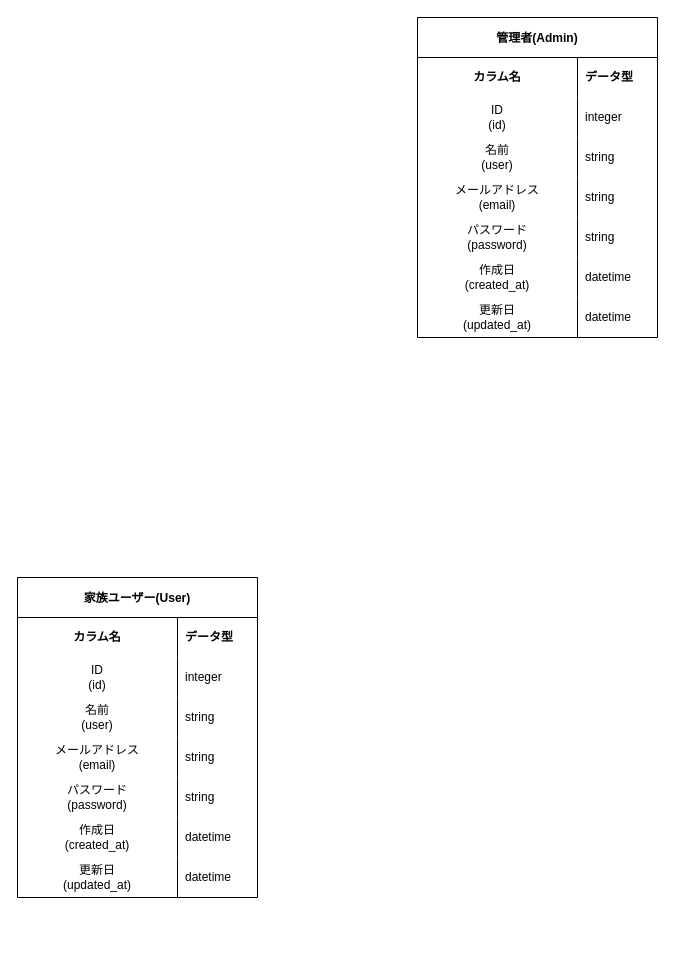
This is coyell.drawio from piroriki/coyell_port, a draw.io file, before an edit. Source tidied: cells renumbered, new cells numbered last; positions are measured from the earlier drawing's top-left corner, leaving out a move shared by most shapes. Both pictures are drawn from the tidied source at 100%, with x=0, y=0 at pixel (17, 17).
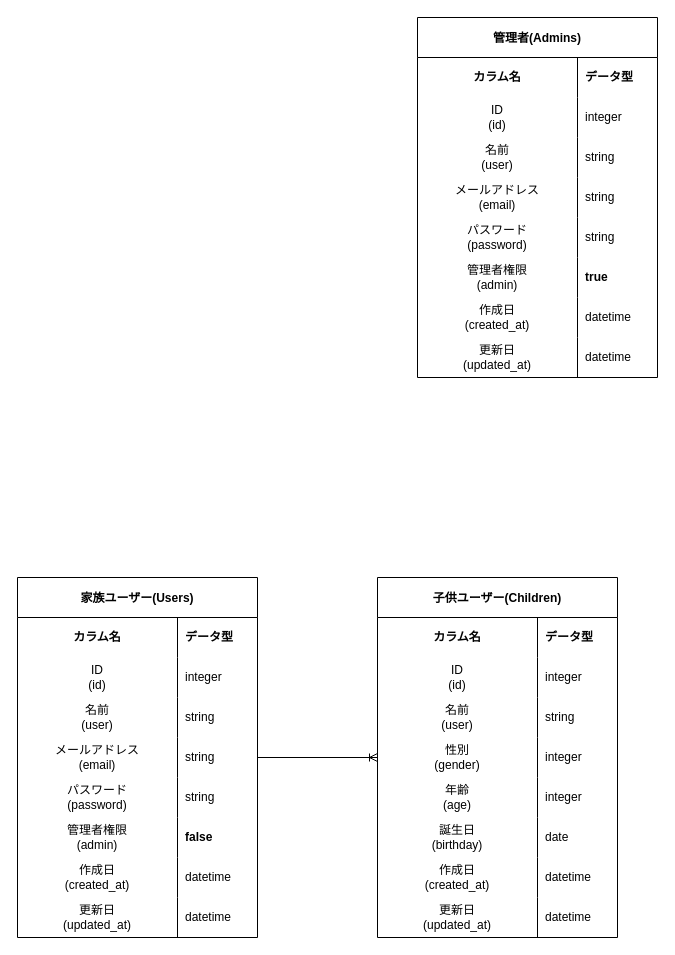
Above is the later version.

Commit message:
childrenモデルをER図に追加

The change refers to these unchanged cells:
```xml
<mxCell id="12" style="shape=tableRow;horizontal=0;startSize=0;swimlaneHead=0;swimlaneBody=0;top=0;left=0;bottom=0;right=0;fillColor=none;points=[[0,0.5],[1,0.5]];portConstraint=eastwest;" parent="2" vertex="1">
  <mxGeometry y="160" width="240" height="40" as="geometry" />
</mxCell>
```

Diff of the diagram source:
```diff
@@
-    <mxCell id="2" value="家族ユーザー(User)" style="shape=table;startSize=40;childLayout=tableLayout;rowLines=0;fontStyle=1;" parent="1" vertex="1">
-      <mxGeometry y="560" width="240" height="320" as="geometry" />
+    <mxCell id="2" value="家族ユーザー(Users)" style="shape=table;startSize=40;childLayout=tableLayout;rowLines=0;fontStyle=1;" parent="1" vertex="1">
+      <mxGeometry y="560" width="240" height="360" as="geometry" />
     </mxCell>
@@
+    <mxCell id="46" style="shape=tableRow;horizontal=0;startSize=0;swimlaneHead=0;swimlaneBody=0;top=0;left=0;bottom=0;right=0;fillColor=none;" parent="2" vertex="1">
+      <mxGeometry y="240" width="240" height="40" as="geometry" />
+    </mxCell>
+    <mxCell id="47" value="管理者権限&lt;br&gt;(admin)" style="shape=partialRectangle;html=1;whiteSpace=wrap;fillColor=none;top=0;left=0;bottom=0;right=0;overflow=hidden;" parent="46" vertex="1">
+      <mxGeometry width="160" height="40" as="geometry" />
+    </mxCell>
+    <mxCell id="48" value="&lt;b&gt;false&lt;/b&gt;" style="shape=partialRectangle;html=1;whiteSpace=wrap;fillColor=none;top=0;left=0;bottom=0;right=0;align=left;spacingLeft=6;overflow=hidden;" parent="46" vertex="1">
+      <mxGeometry x="160" width="80" height="40" as="geometry" />
+    </mxCell>
     <mxCell id="18" style="shape=tableRow;horizontal=0;startSize=0;swimlaneHead=0;swimlaneBody=0;top=0;left=0;bottom=0;right=0;fillColor=none;" parent="2" vertex="1">
-      <mxGeometry y="240" width="240" height="40" as="geometry" />
+      <mxGeometry y="280" width="240" height="40" as="geometry" />
     </mxCell>
@@
     <mxCell id="21" style="shape=tableRow;horizontal=0;startSize=0;swimlaneHead=0;swimlaneBody=0;top=0;left=0;bottom=0;right=0;fillColor=none;" parent="2" vertex="1">
-      <mxGeometry y="280" width="240" height="40" as="geometry" />
+      <mxGeometry y="320" width="240" height="40" as="geometry" />
     </mxCell>
@@
-    <mxCell id="24" value="管理者(Admin)" style="shape=table;startSize=40;childLayout=tableLayout;rowLines=0;fontStyle=1;" parent="1" vertex="1">
-      <mxGeometry x="400" width="240" height="320" as="geometry" />
+    <mxCell id="24" value="管理者(Admins)" style="shape=table;startSize=40;childLayout=tableLayout;rowLines=0;fontStyle=1;" parent="1" vertex="1">
+      <mxGeometry x="400" width="240" height="360" as="geometry" />
     </mxCell>
@@
+    <mxCell id="49" style="shape=tableRow;horizontal=0;startSize=0;swimlaneHead=0;swimlaneBody=0;top=0;left=0;bottom=0;right=0;fillColor=none;" parent="24" vertex="1">
+      <mxGeometry y="240" width="240" height="40" as="geometry" />
+    </mxCell>
+    <mxCell id="50" value="管理者権限&lt;br&gt;(admin)" style="shape=partialRectangle;html=1;whiteSpace=wrap;fillColor=none;top=0;left=0;bottom=0;right=0;overflow=hidden;" parent="49" vertex="1">
+      <mxGeometry width="160" height="40" as="geometry" />
+    </mxCell>
+    <mxCell id="51" value="&lt;b&gt;true&lt;/b&gt;" style="shape=partialRectangle;html=1;whiteSpace=wrap;fillColor=none;top=0;left=0;bottom=0;right=0;align=left;spacingLeft=6;overflow=hidden;" parent="49" vertex="1">
+      <mxGeometry x="160" width="80" height="40" as="geometry" />
+    </mxCell>
     <mxCell id="40" style="shape=tableRow;horizontal=0;startSize=0;swimlaneHead=0;swimlaneBody=0;top=0;left=0;bottom=0;right=0;fillColor=none;" parent="24" vertex="1">
-      <mxGeometry y="240" width="240" height="40" as="geometry" />
+      <mxGeometry y="280" width="240" height="40" as="geometry" />
     </mxCell>
@@
     <mxCell id="43" style="shape=tableRow;horizontal=0;startSize=0;swimlaneHead=0;swimlaneBody=0;top=0;left=0;bottom=0;right=0;fillColor=none;" parent="24" vertex="1">
-      <mxGeometry y="280" width="240" height="40" as="geometry" />
+      <mxGeometry y="320" width="240" height="40" as="geometry" />
     </mxCell>
@@
+    <mxCell id="52" value="子供ユーザー(Children)" style="shape=table;startSize=40;childLayout=tableLayout;rowLines=0;fontStyle=1;" parent="1" vertex="1">
+      <mxGeometry x="360" y="560" width="240" height="360" as="geometry" />
+    </mxCell>
+    <mxCell id="53" style="shape=tableRow;horizontal=0;startSize=0;swimlaneHead=0;swimlaneBody=0;top=0;left=0;bottom=0;right=0;fillColor=none;" parent="52" vertex="1">
+      <mxGeometry y="40" width="240" height="40" as="geometry" />
+    </mxCell>
+    <mxCell id="54" value="&lt;b&gt;カラム名&lt;/b&gt;" style="shape=partialRectangle;html=1;whiteSpace=wrap;fillColor=none;top=0;left=0;bottom=0;right=0;overflow=hidden;" parent="53" vertex="1">
+      <mxGeometry width="160" height="40" as="geometry" />
+    </mxCell>
+    <mxCell id="55" value="&lt;b&gt;データ型&lt;/b&gt;" style="shape=partialRectangle;html=1;whiteSpace=wrap;fillColor=none;top=0;left=0;bottom=0;right=0;align=left;spacingLeft=6;overflow=hidden;" parent="53" vertex="1">
+      <mxGeometry x="160" width="80" height="40" as="geometry" />
+    </mxCell>
+    <mxCell id="56" style="shape=tableRow;horizontal=0;startSize=0;swimlaneHead=0;swimlaneBody=0;top=0;left=0;bottom=0;right=0;fillColor=none;" parent="52" vertex="1">
+      <mxGeometry y="80" width="240" height="40" as="geometry" />
+    </mxCell>
+    <mxCell id="57" value="ID&lt;br&gt;(id)" style="shape=partialRectangle;html=1;whiteSpace=wrap;fillColor=none;top=0;left=0;bottom=0;right=0;overflow=hidden;" parent="56" vertex="1">
+      <mxGeometry width="160" height="40" as="geometry" />
+    </mxCell>
+    <mxCell id="58" value="integer" style="shape=partialRectangle;html=1;whiteSpace=wrap;fillColor=none;top=0;left=0;bottom=0;right=0;align=left;spacingLeft=6;overflow=hidden;" parent="56" vertex="1">
+      <mxGeometry x="160" width="80" height="40" as="geometry" />
+    </mxCell>
+    <mxCell id="59" style="shape=tableRow;horizontal=0;startSize=0;swimlaneHead=0;swimlaneBody=0;top=0;left=0;bottom=0;right=0;fillColor=none;" parent="52" vertex="1">
+      <mxGeometry y="120" width="240" height="40" as="geometry" />
+    </mxCell>
+    <mxCell id="60" value="名前&lt;br&gt;(user)" style="shape=partialRectangle;html=1;whiteSpace=wrap;fillColor=none;top=0;left=0;bottom=0;right=0;overflow=hidden;" parent="59" vertex="1">
+      <mxGeometry width="160" height="40" as="geometry" />
+    </mxCell>
+    <mxCell id="61" value="string" style="shape=partialRectangle;html=1;whiteSpace=wrap;fillColor=none;top=0;left=0;bottom=0;right=0;align=left;spacingLeft=6;overflow=hidden;" parent="59" vertex="1">
+      <mxGeometry x="160" width="80" height="40" as="geometry" />
+    </mxCell>
+    <mxCell id="62" style="shape=tableRow;horizontal=0;startSize=0;swimlaneHead=0;swimlaneBody=0;top=0;left=0;bottom=0;right=0;fillColor=none;points=[[0,0.5],[1,0.5]];portConstraint=eastwest;" parent="52" vertex="1">
+      <mxGeometry y="160" width="240" height="40" as="geometry" />
+    </mxCell>
+    <mxCell id="63" value="性別&lt;br&gt;(gender)" style="shape=partialRectangle;html=1;whiteSpace=wrap;fillColor=none;top=0;left=0;bottom=0;right=0;overflow=hidden;" parent="62" vertex="1">
+      <mxGeometry width="160" height="40" as="geometry" />
+    </mxCell>
+    <mxCell id="64" value="integer" style="shape=partialRectangle;html=1;whiteSpace=wrap;fillColor=none;top=0;left=0;bottom=0;right=0;align=left;spacingLeft=6;overflow=hidden;" parent="62" vertex="1">
+      <mxGeometry x="160" width="80" height="40" as="geometry" />
+    </mxCell>
+    <mxCell id="65" style="shape=tableRow;horizontal=0;startSize=0;swimlaneHead=0;swimlaneBody=0;top=0;left=0;bottom=0;right=0;fillColor=none;" parent="52" vertex="1">
+      <mxGeometry y="200" width="240" height="40" as="geometry" />
+    </mxCell>
+    <mxCell id="66" value="年齢&lt;br&gt;(age)" style="shape=partialRectangle;html=1;whiteSpace=wrap;fillColor=none;top=0;left=0;bottom=0;right=0;overflow=hidden;" parent="65" vertex="1">
+      <mxGeometry width="160" height="40" as="geometry" />
+    </mxCell>
+    <mxCell id="67" value="integer" style="shape=partialRectangle;html=1;whiteSpace=wrap;fillColor=none;top=0;left=0;bottom=0;right=0;align=left;spacingLeft=6;overflow=hidden;" parent="65" vertex="1">
+      <mxGeometry x="160" width="80" height="40" as="geometry" />
+    </mxCell>
+    <mxCell id="68" style="shape=tableRow;horizontal=0;startSize=0;swimlaneHead=0;swimlaneBody=0;top=0;left=0;bottom=0;right=0;fillColor=none;" parent="52" vertex="1">
+      <mxGeometry y="240" width="240" height="40" as="geometry" />
+    </mxCell>
+    <mxCell id="69" value="誕生日&lt;br&gt;(birthday)" style="shape=partialRectangle;html=1;whiteSpace=wrap;fillColor=none;top=0;left=0;bottom=0;right=0;overflow=hidden;" parent="68" vertex="1">
+      <mxGeometry width="160" height="40" as="geometry" />
+    </mxCell>
+    <mxCell id="70" value="date" style="shape=partialRectangle;html=1;whiteSpace=wrap;fillColor=none;top=0;left=0;bottom=0;right=0;align=left;spacingLeft=6;overflow=hidden;" parent="68" vertex="1">
+      <mxGeometry x="160" width="80" height="40" as="geometry" />
+    </mxCell>
+    <mxCell id="71" style="shape=tableRow;horizontal=0;startSize=0;swimlaneHead=0;swimlaneBody=0;top=0;left=0;bottom=0;right=0;fillColor=none;" parent="52" vertex="1">
+      <mxGeometry y="280" width="240" height="40" as="geometry" />
+    </mxCell>
+    <mxCell id="72" value="作成日&lt;br&gt;(created_at)" style="shape=partialRectangle;html=1;whiteSpace=wrap;fillColor=none;top=0;left=0;bottom=0;right=0;overflow=hidden;" parent="71" vertex="1">
+      <mxGeometry width="160" height="40" as="geometry" />
+    </mxCell>
+    <mxCell id="73" value="datetime" style="shape=partialRectangle;html=1;whiteSpace=wrap;fillColor=none;top=0;left=0;bottom=0;right=0;align=left;spacingLeft=6;overflow=hidden;" parent="71" vertex="1">
+      <mxGeometry x="160" width="80" height="40" as="geometry" />
+    </mxCell>
+    <mxCell id="74" style="shape=tableRow;horizontal=0;startSize=0;swimlaneHead=0;swimlaneBody=0;top=0;left=0;bottom=0;right=0;fillColor=none;" parent="52" vertex="1">
+      <mxGeometry y="320" width="240" height="40" as="geometry" />
+    </mxCell>
+    <mxCell id="75" value="更新日&lt;br&gt;(updated_at)" style="shape=partialRectangle;html=1;whiteSpace=wrap;fillColor=none;top=0;left=0;bottom=0;right=0;overflow=hidden;" parent="74" vertex="1">
+      <mxGeometry width="160" height="40" as="geometry" />
+    </mxCell>
+    <mxCell id="76" value="datetime" style="shape=partialRectangle;html=1;whiteSpace=wrap;fillColor=none;top=0;left=0;bottom=0;right=0;align=left;spacingLeft=6;overflow=hidden;" parent="74" vertex="1">
+      <mxGeometry x="160" width="80" height="40" as="geometry" />
+    </mxCell>
+    <mxCell id="77" style="edgeStyle=none;html=1;exitX=1;exitY=0.5;exitDx=0;exitDy=0;entryX=0;entryY=0.5;entryDx=0;entryDy=0;endArrow=ERoneToMany;endFill=0;" parent="1" edge="1" source="12" target="62">
+      <mxGeometry relative="1" as="geometry" />
+    </mxCell>
```
